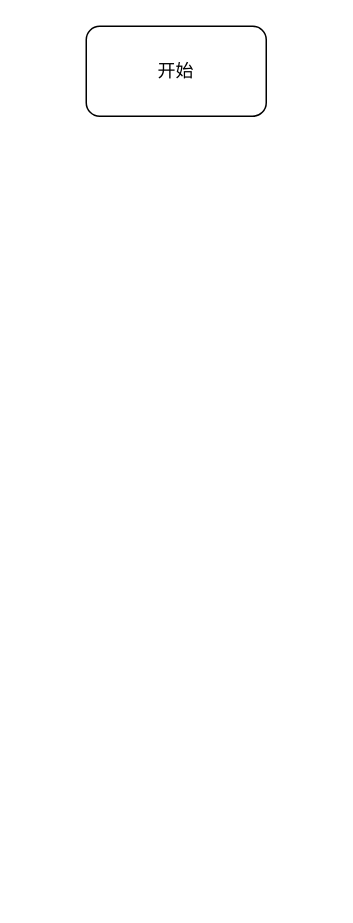
Earlier version of the draw.io diagram 业务一致性协调流程.drawio (catface996/images). Source tidied: cells renumbered, new cells numbered last; positions are measured from the earlier drawing's top-left corner, leaving out a move shared by most shapes. Both pictures are drawn from the tidied source at 150%, with x=0, y=0 at pixel (86, 26).
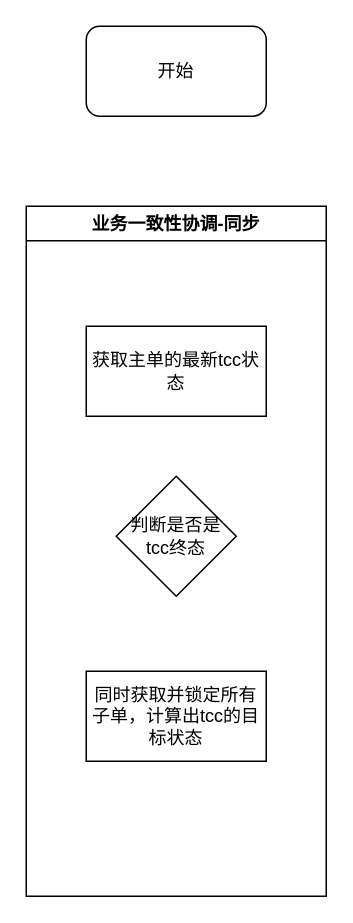
The same diagram, later.

Commit message (it also covers changes not shown here):
更新业务一致性协调流程.drawio

The edit, as a diff of the source:
```diff
@@
 <mxGraphModel>
   <root>
     <mxCell id="0" />
     <mxCell id="1" parent="0" />
     <mxCell id="2" value="开始" style="rounded=1;whiteSpace=wrap;html=1;" parent="1" vertex="1">
       <mxGeometry width="120" height="60" as="geometry" />
     </mxCell>
+    <mxCell id="3" value="业务一致性协调-同步" style="swimlane;" parent="1" vertex="1">
+      <mxGeometry x="-40" y="120" width="200" height="460" as="geometry" />
+    </mxCell>
+    <mxCell id="4" value="获取主单的最新tcc状态" style="rounded=0;whiteSpace=wrap;html=1;" parent="3" vertex="1">
+      <mxGeometry x="40" y="80" width="120" height="60" as="geometry" />
+    </mxCell>
+    <mxCell id="5" value="判断是否是&lt;br&gt;tcc终态" style="rhombus;whiteSpace=wrap;html=1;" parent="3" vertex="1">
+      <mxGeometry x="60" y="180" width="80" height="80" as="geometry" />
+    </mxCell>
+    <mxCell id="6" value="同时获取并锁定所有子单，计算出tcc的目标状态" style="rounded=0;whiteSpace=wrap;html=1;" parent="3" vertex="1">
+      <mxGeometry x="40" y="310" width="120" height="60" as="geometry" />
+    </mxCell>
   </root>
 </mxGraphModel>
```
